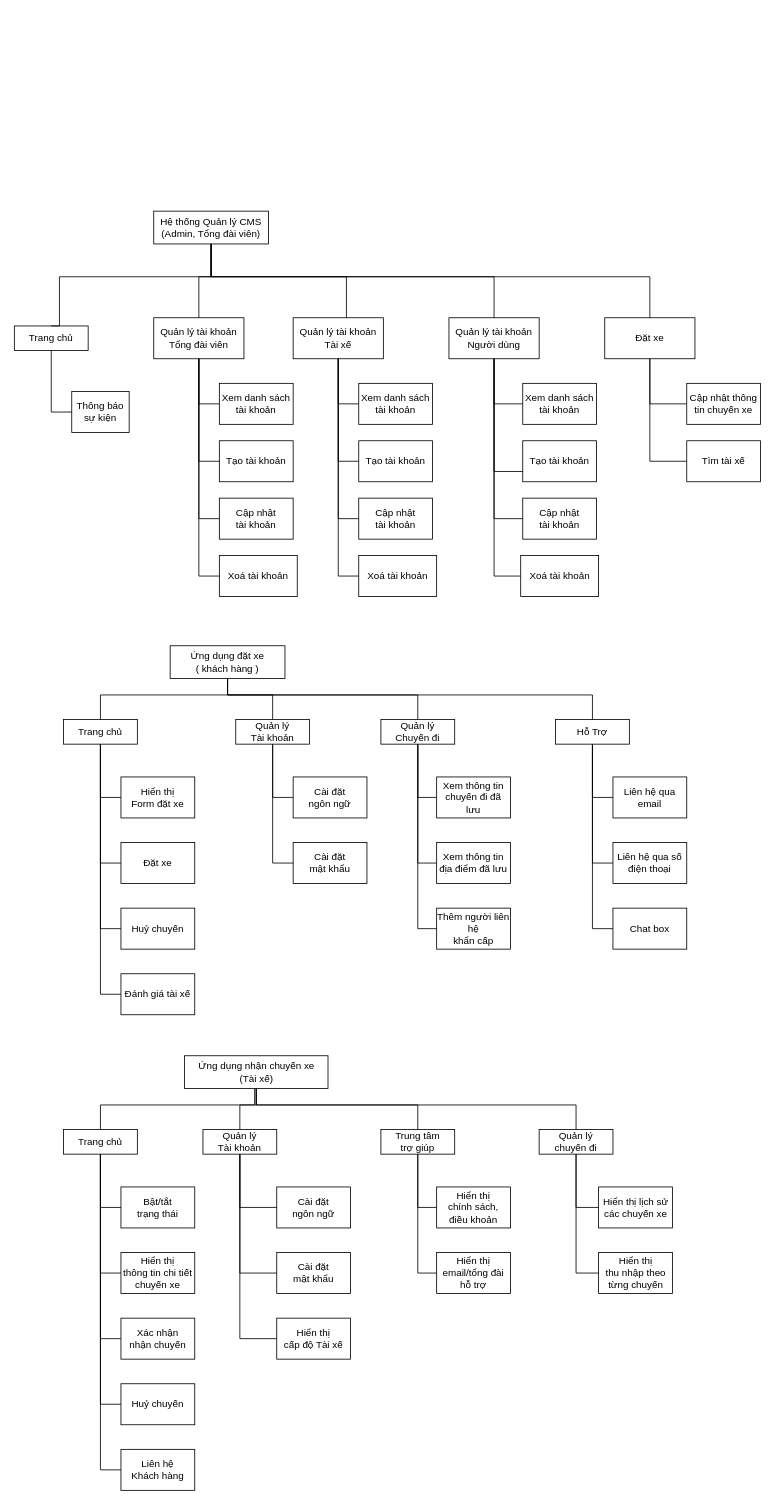
Above: Biểu đồ không có tiêu đề.drawio in andytino/Documents-Database (draw.io), before the change. Source tidied: cells renumbered, new cells numbered last; positions are measured from the earlier drawing's top-left corner, leaving out a move shared by most shapes. Both pictures are drawn from the tidied source at 82%, with x=0, y=0 at pixel (14, 211).
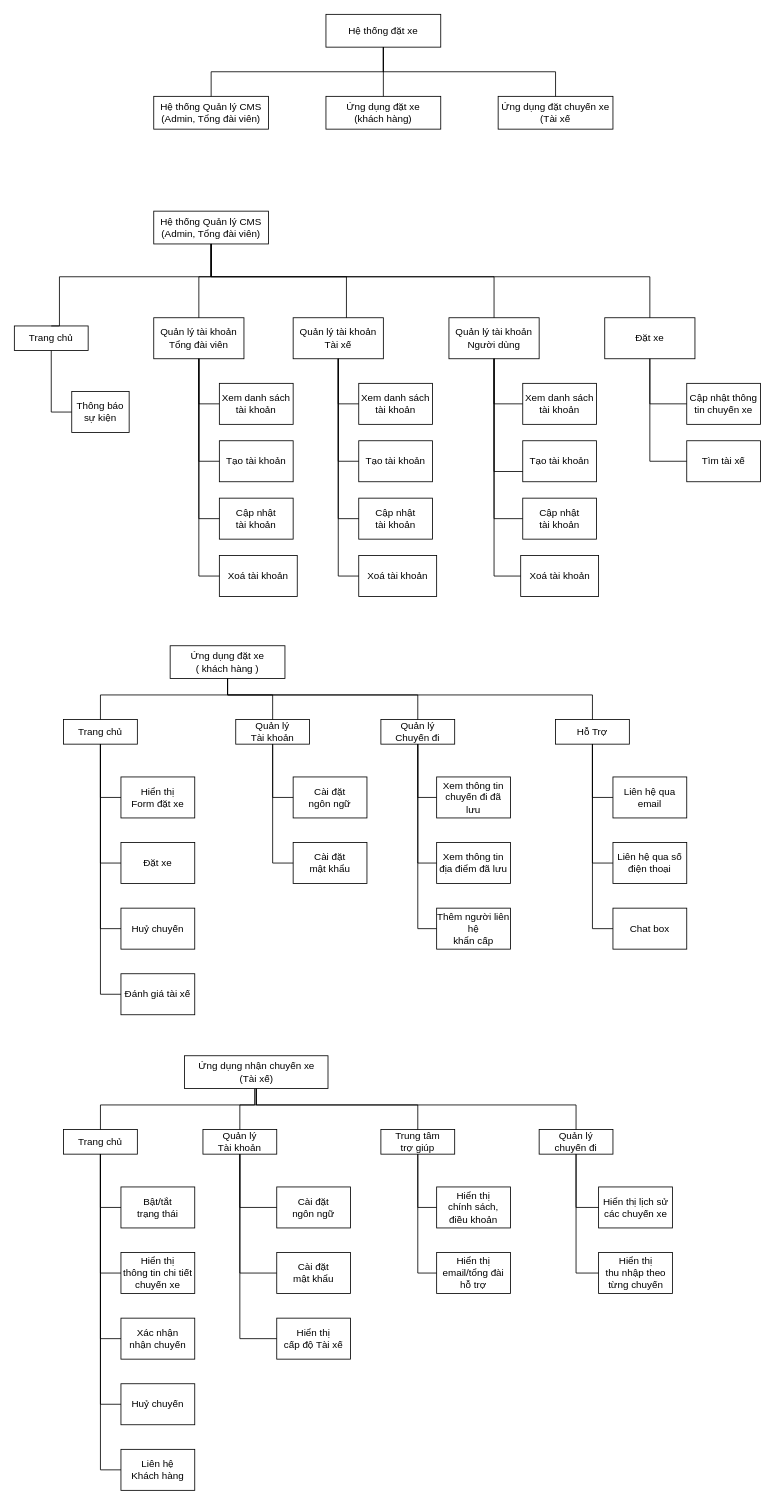
The same page after the edit.

Commit message (it also covers changes not shown here):
Cập nhật Biểu đồ không có tiêu đề.drawio

What changed in the source:
```diff
@@
+    <mxCell id="113" style="group;" parent="1" vertex="1">
+      <mxGeometry x="170" y="-240" width="560" height="140" as="geometry" />
+    </mxCell>
+    <mxCell id="114" value="Hệ thống đặt xe" style="rounded=0;whiteSpace=wrap;html=1;" parent="113" vertex="1">
+      <mxGeometry x="210" width="140" height="40" as="geometry" />
+    </mxCell>
+    <mxCell id="115" value="Hệ thống Quản lý CMS&lt;br&gt;(Admin, Tổng đài viên)" style="rounded=0;whiteSpace=wrap;html=1;" parent="113" vertex="1">
+      <mxGeometry y="100" width="140" height="40" as="geometry" />
+    </mxCell>
+    <mxCell id="116" style="edgeStyle=orthogonalEdgeStyle;rounded=0;jettySize=auto;html=1;endArrow=none;endFill=0;" parent="113" edge="1" source="114" target="115">
+      <mxGeometry relative="1" as="geometry">
+        <Array as="points">
+          <mxPoint x="280" y="70" />
+          <mxPoint x="70" y="70" />
+        </Array>
+      </mxGeometry>
+    </mxCell>
+    <mxCell id="117" value="Ứng dụng đặt xe&lt;br&gt;(khách hàng)" style="rounded=0;whiteSpace=wrap;html=1;" parent="113" vertex="1">
+      <mxGeometry x="210" y="100" width="140" height="40" as="geometry" />
+    </mxCell>
+    <mxCell id="118" style="edgeStyle=orthogonalEdgeStyle;rounded=0;jettySize=auto;html=1;endArrow=none;endFill=0;" parent="113" edge="1" source="114" target="117">
+      <mxGeometry relative="1" as="geometry" />
+    </mxCell>
+    <mxCell id="119" value="Ứng dụng đặt chuyến xe&lt;br&gt;(Tài xế" style="rounded=0;whiteSpace=wrap;html=1;" parent="113" vertex="1">
+      <mxGeometry x="420" y="100" width="140" height="40" as="geometry" />
+    </mxCell>
+    <mxCell id="120" style="edgeStyle=orthogonalEdgeStyle;rounded=0;jettySize=auto;html=1;endArrow=none;endFill=0;" parent="113" edge="1" source="114" target="119">
+      <mxGeometry relative="1" as="geometry">
+        <Array as="points">
+          <mxPoint x="280" y="70" />
+          <mxPoint x="490" y="70" />
+        </Array>
+      </mxGeometry>
+    </mxCell>
```
